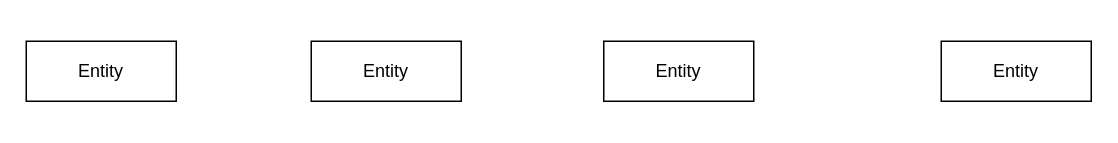
Above: Unidad1/Tareas/Tarea 7/Diagrama sin título.drawio in JVC0/Base-Datos (draw.io), before the change. Source tidied: cells renumbered, new cells numbered last; positions are measured from the earlier drawing's top-left corner, leaving out a move shared by most shapes. Both pictures are drawn from the tidied source at 150%, with x=0, y=0 at pixel (26, 40).
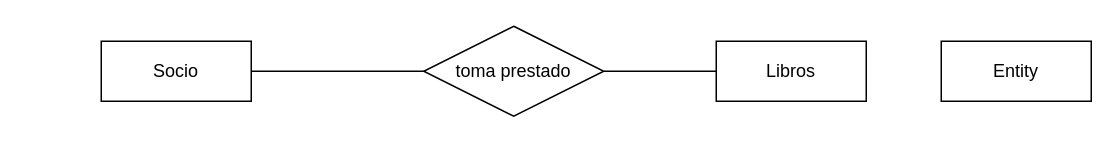
Above is the later version.

Change to the diagram source:
```diff
@@
 <mxGraphModel>
   <root>
     <mxCell id="0" />
     <mxCell id="1" parent="0" />
-    <mxCell id="2" value="Entity" style="whiteSpace=wrap;html=1;align=center;" parent="1" vertex="1">
-      <mxGeometry x="385" width="100" height="40" as="geometry" />
+    <mxCell id="2" value="&lt;div&gt;Libros&lt;/div&gt;" style="whiteSpace=wrap;html=1;align=center;" parent="1" vertex="1">
+      <mxGeometry x="460" width="100" height="40" as="geometry" />
     </mxCell>
-    <mxCell id="3" value="Entity" style="whiteSpace=wrap;html=1;align=center;" parent="1" vertex="1">
-      <mxGeometry width="100" height="40" as="geometry" />
+    <mxCell id="3" value="&lt;div&gt;Socio&lt;/div&gt;" style="whiteSpace=wrap;html=1;align=center;" parent="1" vertex="1">
+      <mxGeometry x="50" width="100" height="40" as="geometry" />
     </mxCell>
     <mxCell id="4" value="Entity" style="whiteSpace=wrap;html=1;align=center;" parent="1" vertex="1">
       <mxGeometry x="610" width="100" height="40" as="geometry" />
     </mxCell>
-    <mxCell id="5" value="Entity" style="whiteSpace=wrap;html=1;align=center;" parent="1" vertex="1">
-      <mxGeometry x="190" width="100" height="40" as="geometry" />
-    </mxCell>
+    <mxCell id="6" value="toma prestado" style="shape=rhombus;perimeter=rhombusPerimeter;whiteSpace=wrap;html=1;align=center;" parent="1" vertex="1">
+      <mxGeometry x="265" y="-10" width="120" height="60" as="geometry" />
+    </mxCell>
+    <mxCell id="7" style="endArrow=none;html=1;rounded=0;exitX=0;exitY=0.5;exitDx=0;exitDy=0;entryX=1;entryY=0.5;entryDx=0;entryDy=0;" parent="1" edge="1" source="6" target="3">
+      <mxGeometry relative="1" as="geometry" />
+    </mxCell>
+    <mxCell id="8" style="endArrow=none;html=1;rounded=0;entryX=0;entryY=0.5;entryDx=0;entryDy=0;exitX=1;exitY=0.5;exitDx=0;exitDy=0;" parent="1" edge="1" source="6" target="2">
+      <mxGeometry relative="1" as="geometry" />
+    </mxCell>
   </root>
 </mxGraphModel>
```
